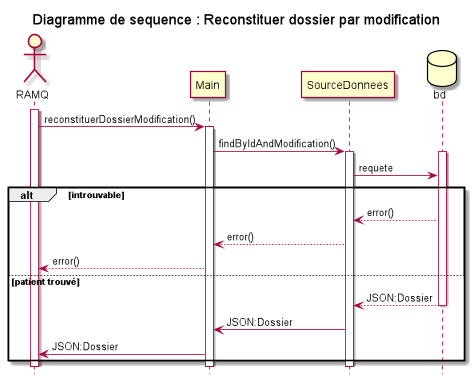
Earlier version of the PlantUML export models/Diagramme_Sequences/Reconstruire_dossier_modification/reconstruireDossier_Modification.png (fethiuqam/INF5153-Projet-Session).
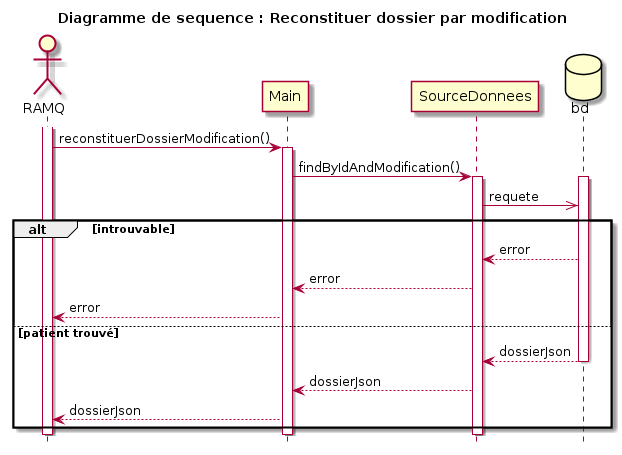
The same file after the commit.

Change to the diagram source:
```diff
@@ -10,16 +10,16 @@
 activate SourceDonnees
 database Bd as "bd"
 activate Bd
-SourceDonnees -> Bd: requete
+SourceDonnees ->> Bd: requete
 alt introuvable
-Bd --> SourceDonnees: error()
-SourceDonnees --> Main: error()
-Main --> ramq: error()
+Bd --> SourceDonnees: error
+SourceDonnees --> Main: error
+Main --> ramq: error
 else patient trouvé
-Bd --> SourceDonnees:JSON:Dossier
+Bd --> SourceDonnees: dossierJson
 deactivate Bd
-SourceDonnees -> Main: JSON:Dossier
-Main -> ramq: JSON:Dossier
+SourceDonnees --> Main: dossierJson
+Main --> ramq: dossierJson
 end
 deactivate SourceDonnees
 
```
